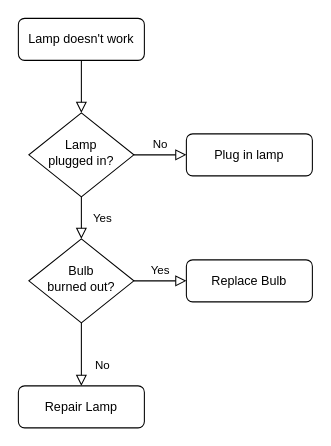
Above: диаграмма 2.drawio in RizvanovaA2/rizvanova (draw.io), before the change. Source tidied: cells renumbered, new cells numbered last; positions are measured from the earlier drawing's top-left corner, leaving out a move shared by most shapes. Both pictures are drawn from the tidied source at 105%, with x=0, y=0 at pixel (18, 18).
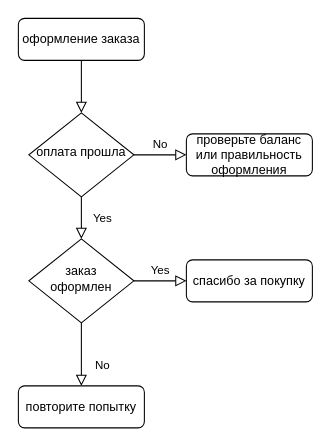
The same page after the edit.

What changed in the source:
```diff
@@
 <mxGraphModel>
   <root>
     <mxCell id="0" />
     <mxCell id="1" parent="0" />
     <mxCell id="2" style="rounded=0;html=1;jettySize=auto;fontSize=11;endArrow=block;endFill=0;endSize=8;strokeWidth=1;shadow=0;labelBackgroundColor=none;edgeStyle=orthogonalEdgeStyle;" parent="1" edge="1" source="3" target="6">
       <mxGeometry relative="1" as="geometry" />
     </mxCell>
-    <mxCell id="3" value="Lamp doesn't work" style="rounded=1;whiteSpace=wrap;html=1;fontSize=12;glass=0;strokeWidth=1;shadow=0;" parent="1" vertex="1">
+    <mxCell id="3" value="оформление заказа" style="rounded=1;whiteSpace=wrap;html=1;fontSize=12;glass=0;strokeWidth=1;shadow=0;" parent="1" vertex="1">
       <mxGeometry width="120" height="40" as="geometry" />
     </mxCell>
     <mxCell id="4" value="Yes" style="rounded=0;html=1;jettySize=auto;fontSize=11;endArrow=block;endFill=0;endSize=8;strokeWidth=1;shadow=0;labelBackgroundColor=none;edgeStyle=orthogonalEdgeStyle;" parent="1" edge="1" source="6" target="10">
       <mxGeometry y="20" relative="1" as="geometry" />
     </mxCell>
     <mxCell id="5" value="No" style="edgeStyle=orthogonalEdgeStyle;rounded=0;html=1;jettySize=auto;fontSize=11;endArrow=block;endFill=0;endSize=8;strokeWidth=1;shadow=0;labelBackgroundColor=none;" parent="1" edge="1" source="6" target="7">
       <mxGeometry y="10" relative="1" as="geometry" />
     </mxCell>
-    <mxCell id="6" value="Lamp&lt;br&gt;plugged in?" style="rhombus;whiteSpace=wrap;html=1;shadow=0;fontFamily=Helvetica;fontSize=12;align=center;strokeWidth=1;spacing=6;spacingTop=-4;" parent="1" vertex="1">
+    <mxCell id="6" value="оплата прошла" style="rhombus;whiteSpace=wrap;html=1;shadow=0;fontFamily=Helvetica;fontSize=12;align=center;strokeWidth=1;spacing=6;spacingTop=-4;" parent="1" vertex="1">
       <mxGeometry x="10" y="90" width="100" height="80" as="geometry" />
     </mxCell>
-    <mxCell id="7" value="Plug in lamp" style="rounded=1;whiteSpace=wrap;html=1;fontSize=12;glass=0;strokeWidth=1;shadow=0;" parent="1" vertex="1">
+    <mxCell id="7" value="проверьте баланс или правильность оформления" style="rounded=1;whiteSpace=wrap;html=1;fontSize=12;glass=0;strokeWidth=1;shadow=0;" parent="1" vertex="1">
       <mxGeometry x="160" y="110" width="120" height="40" as="geometry" />
     </mxCell>
     <mxCell id="8" value="No" style="rounded=0;html=1;jettySize=auto;fontSize=11;endArrow=block;endFill=0;endSize=8;strokeWidth=1;shadow=0;labelBackgroundColor=none;edgeStyle=orthogonalEdgeStyle;" parent="1" edge="1" source="10" target="11">
       <mxGeometry x="0.33" y="20" relative="1" as="geometry" />
     </mxCell>
     <mxCell id="9" value="Yes" style="edgeStyle=orthogonalEdgeStyle;rounded=0;html=1;jettySize=auto;fontSize=11;endArrow=block;endFill=0;endSize=8;strokeWidth=1;shadow=0;labelBackgroundColor=none;" parent="1" edge="1" source="10" target="12">
       <mxGeometry y="10" relative="1" as="geometry" />
     </mxCell>
-    <mxCell id="10" value="Bulb&lt;br&gt;burned out?" style="rhombus;whiteSpace=wrap;html=1;shadow=0;fontFamily=Helvetica;fontSize=12;align=center;strokeWidth=1;spacing=6;spacingTop=-4;" parent="1" vertex="1">
+    <mxCell id="10" value="заказ оформлен" style="rhombus;whiteSpace=wrap;html=1;shadow=0;fontFamily=Helvetica;fontSize=12;align=center;strokeWidth=1;spacing=6;spacingTop=-4;" parent="1" vertex="1">
       <mxGeometry x="10" y="210" width="100" height="80" as="geometry" />
     </mxCell>
-    <mxCell id="11" value="Repair Lamp" style="rounded=1;whiteSpace=wrap;html=1;fontSize=12;glass=0;strokeWidth=1;shadow=0;" parent="1" vertex="1">
+    <mxCell id="11" value="повторите попытку" style="rounded=1;whiteSpace=wrap;html=1;fontSize=12;glass=0;strokeWidth=1;shadow=0;" parent="1" vertex="1">
       <mxGeometry y="350" width="120" height="40" as="geometry" />
     </mxCell>
-    <mxCell id="12" value="Replace Bulb" style="rounded=1;whiteSpace=wrap;html=1;fontSize=12;glass=0;strokeWidth=1;shadow=0;" parent="1" vertex="1">
+    <mxCell id="12" value="спасибо за покупку" style="rounded=1;whiteSpace=wrap;html=1;fontSize=12;glass=0;strokeWidth=1;shadow=0;" parent="1" vertex="1">
       <mxGeometry x="160" y="230" width="120" height="40" as="geometry" />
     </mxCell>
   </root>
 </mxGraphModel>
```
